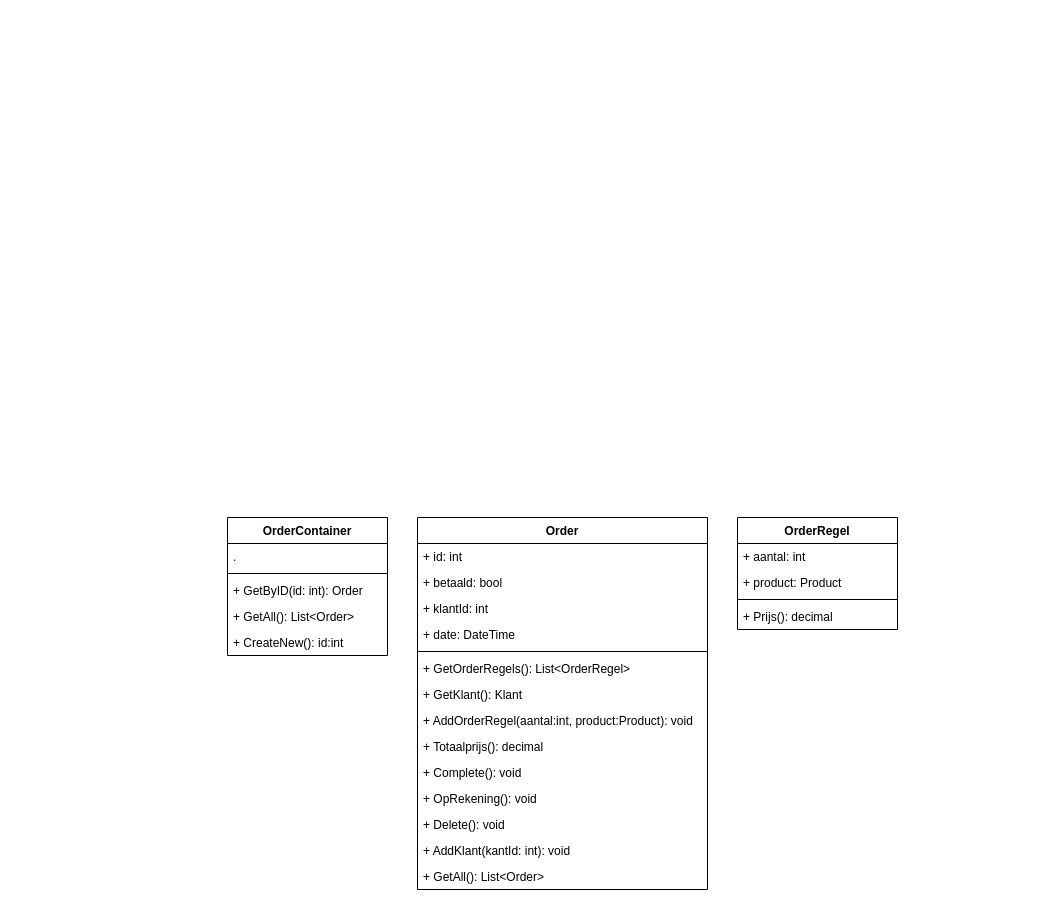
Earlier version of the draw.io diagram Skippy/Diagrams/ClassenDiagram.drawio (LuukdeKinderen/S2Software). Source tidied: cells renumbered, new cells numbered last; positions are measured from the earlier drawing's top-left corner, leaving out a move shared by most shapes. Both pictures are drawn from the tidied source at 100%, with x=0, y=0 at pixel (227, 517).
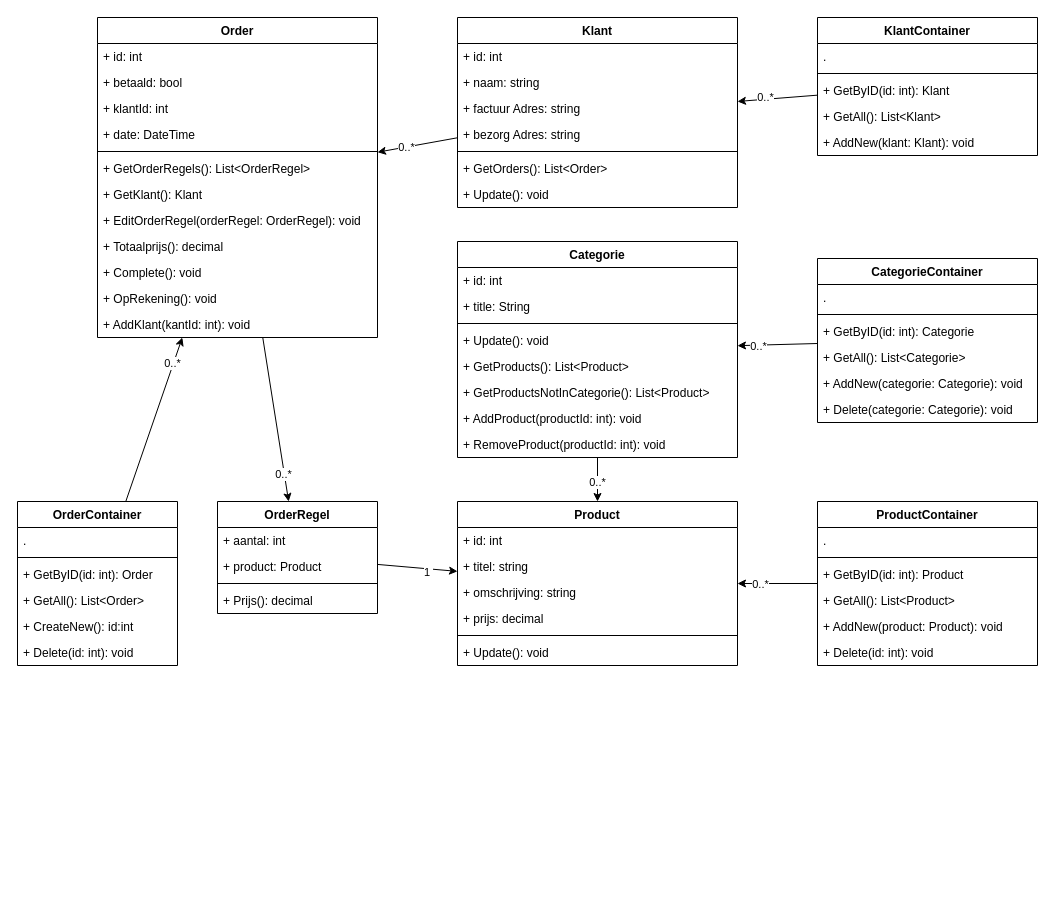
After the change.

The edit, as a diff of the source:
```diff
@@
+    <mxCell id="28" style="endArrow=classic;html=1;" parent="1" edge="1" source="44" target="2">
+      <mxGeometry relative="1" as="geometry" />
+    </mxCell>
+    <mxCell id="29" value="0..*" style="edgeLabel;html=1;align=center;verticalAlign=middle;" parent="28" vertex="1">
+      <mxGeometry x="0.27" relative="1" as="geometry" />
+    </mxCell>
+    <mxCell id="30" style="endArrow=classic;html=1;" parent="1" edge="1" source="22" target="2">
+      <mxGeometry relative="1" as="geometry" />
+    </mxCell>
+    <mxCell id="31" value="0..*" style="edgeLabel;html=1;align=center;verticalAlign=middle;" parent="30" vertex="1">
+      <mxGeometry x="0.68" y="1" relative="1" as="geometry" />
+    </mxCell>
+    <mxCell id="32" style="endArrow=classic;html=1;" parent="1" edge="1" source="2" target="17">
+      <mxGeometry relative="1" as="geometry" />
+    </mxCell>
+    <mxCell id="33" value="0..*" style="edgeLabel;html=1;align=center;verticalAlign=middle;" parent="32" vertex="1">
+      <mxGeometry x="0.66" y="-1" relative="1" as="geometry" />
+    </mxCell>
+    <mxCell id="34" style="endArrow=classic;html=1;" parent="1" edge="1" source="82" target="44">
+      <mxGeometry relative="1" as="geometry" />
+    </mxCell>
+    <mxCell id="35" value="0..*" style="edgeLabel;html=1;align=center;verticalAlign=middle;" parent="34" vertex="1">
+      <mxGeometry x="0.31" y="-2" relative="1" as="geometry" />
+    </mxCell>
+    <mxCell id="36" style="endArrow=classic;html=1;" parent="1" edge="1" source="68" target="61">
+      <mxGeometry relative="1" as="geometry" />
+    </mxCell>
+    <mxCell id="37" value="0..*" style="edgeLabel;html=1;align=center;verticalAlign=middle;" parent="36" vertex="1">
+      <mxGeometry x="0.46" relative="1" as="geometry" />
+    </mxCell>
+    <mxCell id="38" style="endArrow=classic;html=1;" parent="1" edge="1" source="17" target="61">
+      <mxGeometry relative="1" as="geometry" />
+    </mxCell>
+    <mxCell id="39" value="1&amp;nbsp;" style="edgeLabel;html=1;align=center;verticalAlign=middle;" parent="38" vertex="1">
+      <mxGeometry x="0.26" y="-3" relative="1" as="geometry" />
+    </mxCell>
+    <mxCell id="40" style="endArrow=classic;html=1;" parent="1" edge="1" source="52" target="61">
+      <mxGeometry relative="1" as="geometry" />
+    </mxCell>
+    <mxCell id="41" value="0..*" style="edgeLabel;html=1;align=center;verticalAlign=middle;" parent="40" vertex="1">
+      <mxGeometry x="0.1" y="-1" relative="1" as="geometry" />
+    </mxCell>
+    <mxCell id="42" style="endArrow=classic;html=1;" parent="1" edge="1" source="75" target="52">
+      <mxGeometry relative="1" as="geometry" />
+    </mxCell>
+    <mxCell id="43" value="0..*" style="edgeLabel;html=1;align=center;verticalAlign=middle;" parent="42" vertex="1">
+      <mxGeometry x="0.51" y="1" relative="1" as="geometry" />
+    </mxCell>
+    <mxCell id="44" value="Klant" style="swimlane;fontStyle=1;align=center;verticalAlign=top;horizontal=1;startSize=26;" parent="1" vertex="1">
+      <mxGeometry x="230" y="-500" width="280" height="190" as="geometry" />
+    </mxCell>
+    <mxCell id="45" value="+ id: int" style="text;strokeColor=none;fillColor=none;align=left;verticalAlign=top;spacingLeft=4;spacingRight=4;overflow=hidden;" parent="44" vertex="1">
+      <mxGeometry y="26" width="280" height="26" as="geometry" />
+    </mxCell>
+    <mxCell id="46" value="+ naam: string" style="text;strokeColor=none;fillColor=none;align=left;verticalAlign=top;spacingLeft=4;spacingRight=4;overflow=hidden;" parent="44" vertex="1">
+      <mxGeometry y="52" width="280" height="26" as="geometry" />
+    </mxCell>
+    <mxCell id="47" value="+ factuur Adres: string" style="text;strokeColor=none;fillColor=none;align=left;verticalAlign=top;spacingLeft=4;spacingRight=4;overflow=hidden;" parent="44" vertex="1">
+      <mxGeometry y="78" width="280" height="26" as="geometry" />
+    </mxCell>
+    <mxCell id="48" value="+ bezorg Adres: string" style="text;strokeColor=none;fillColor=none;align=left;verticalAlign=top;spacingLeft=4;spacingRight=4;overflow=hidden;" parent="44" vertex="1">
+      <mxGeometry y="104" width="280" height="26" as="geometry" />
+    </mxCell>
+    <mxCell id="49" style="line;strokeWidth=1;fillColor=none;align=left;verticalAlign=middle;spacingTop=-1;spacingLeft=3;spacingRight=3;labelPosition=right;" parent="44" vertex="1">
+      <mxGeometry y="130" width="280" height="8" as="geometry" />
+    </mxCell>
+    <mxCell id="50" value="+ GetOrders(): List&lt;Order&gt;" style="text;strokeColor=none;fillColor=none;align=left;verticalAlign=top;spacingLeft=4;spacingRight=4;overflow=hidden;" parent="44" vertex="1">
+      <mxGeometry y="138" width="280" height="26" as="geometry" />
+    </mxCell>
+    <mxCell id="51" value="+ Update(): void" style="text;strokeColor=none;fillColor=none;align=left;verticalAlign=top;spacingLeft=4;spacingRight=4;overflow=hidden;" parent="44" vertex="1">
+      <mxGeometry y="164" width="280" height="26" as="geometry" />
+    </mxCell>
+    <mxCell id="52" value="Categorie" style="swimlane;fontStyle=1;align=center;verticalAlign=top;horizontal=1;startSize=26;" parent="1" vertex="1">
+      <mxGeometry x="230" y="-276" width="280" height="216" as="geometry" />
+    </mxCell>
+    <mxCell id="53" value="+ id: int" style="text;strokeColor=none;fillColor=none;align=left;verticalAlign=top;spacingLeft=4;spacingRight=4;overflow=hidden;" parent="52" vertex="1">
+      <mxGeometry y="26" width="280" height="26" as="geometry" />
+    </mxCell>
+    <mxCell id="54" value="+ title: String" style="text;strokeColor=none;fillColor=none;align=left;verticalAlign=top;spacingLeft=4;spacingRight=4;overflow=hidden;" parent="52" vertex="1">
+      <mxGeometry y="52" width="280" height="26" as="geometry" />
+    </mxCell>
+    <mxCell id="55" style="line;strokeWidth=1;fillColor=none;align=left;verticalAlign=middle;spacingTop=-1;spacingLeft=3;spacingRight=3;labelPosition=right;" parent="52" vertex="1">
+      <mxGeometry y="78" width="280" height="8" as="geometry" />
+    </mxCell>
+    <mxCell id="56" value="+ Update(): void" style="text;strokeColor=none;fillColor=none;align=left;verticalAlign=top;spacingLeft=4;spacingRight=4;overflow=hidden;" parent="52" vertex="1">
+      <mxGeometry y="86" width="280" height="26" as="geometry" />
+    </mxCell>
+    <mxCell id="57" value="+ GetProducts(): List&lt;Product&gt;" style="text;strokeColor=none;fillColor=none;align=left;verticalAlign=top;spacingLeft=4;spacingRight=4;overflow=hidden;" parent="52" vertex="1">
+      <mxGeometry y="112" width="280" height="26" as="geometry" />
+    </mxCell>
+    <mxCell id="58" value="+ GetProductsNotInCategorie(): List&lt;Product&gt;" style="text;strokeColor=none;fillColor=none;align=left;verticalAlign=top;spacingLeft=4;spacingRight=4;overflow=hidden;" parent="52" vertex="1">
+      <mxGeometry y="138" width="280" height="26" as="geometry" />
+    </mxCell>
+    <mxCell id="59" value="+ AddProduct(productId: int): void" style="text;strokeColor=none;fillColor=none;align=left;verticalAlign=top;spacingLeft=4;spacingRight=4;overflow=hidden;" parent="52" vertex="1">
+      <mxGeometry y="164" width="280" height="26" as="geometry" />
+    </mxCell>
+    <mxCell id="60" value="+ RemoveProduct(productId: int): void" style="text;strokeColor=none;fillColor=none;align=left;verticalAlign=top;spacingLeft=4;spacingRight=4;overflow=hidden;" parent="52" vertex="1">
+      <mxGeometry y="190" width="280" height="26" as="geometry" />
+    </mxCell>
+    <mxCell id="61" value="Product" style="swimlane;fontStyle=1;align=center;verticalAlign=top;horizontal=1;startSize=26;" parent="1" vertex="1">
+      <mxGeometry x="230" y="-16" width="280" height="164" as="geometry" />
+    </mxCell>
+    <mxCell id="62" value="+ id: int" style="text;strokeColor=none;fillColor=none;align=left;verticalAlign=top;spacingLeft=4;spacingRight=4;overflow=hidden;" parent="61" vertex="1">
+      <mxGeometry y="26" width="280" height="26" as="geometry" />
+    </mxCell>
+    <mxCell id="63" value="+ titel: string" style="text;strokeColor=none;fillColor=none;align=left;verticalAlign=top;spacingLeft=4;spacingRight=4;overflow=hidden;" parent="61" vertex="1">
+      <mxGeometry y="52" width="280" height="26" as="geometry" />
+    </mxCell>
+    <mxCell id="64" value="+ omschrijving: string" style="text;strokeColor=none;fillColor=none;align=left;verticalAlign=top;spacingLeft=4;spacingRight=4;overflow=hidden;" parent="61" vertex="1">
+      <mxGeometry y="78" width="280" height="26" as="geometry" />
+    </mxCell>
+    <mxCell id="65" value="+ prijs: decimal" style="text;strokeColor=none;fillColor=none;align=left;verticalAlign=top;spacingLeft=4;spacingRight=4;overflow=hidden;" parent="61" vertex="1">
+      <mxGeometry y="104" width="280" height="26" as="geometry" />
+    </mxCell>
+    <mxCell id="66" style="line;strokeWidth=1;fillColor=none;align=left;verticalAlign=middle;spacingTop=-1;spacingLeft=3;spacingRight=3;labelPosition=right;" parent="61" vertex="1">
+      <mxGeometry y="130" width="280" height="8" as="geometry" />
+    </mxCell>
+    <mxCell id="67" value="+ Update(): void" style="text;strokeColor=none;fillColor=none;align=left;verticalAlign=top;spacingLeft=4;spacingRight=4;overflow=hidden;" parent="61" vertex="1">
+      <mxGeometry y="138" width="280" height="26" as="geometry" />
+    </mxCell>
+    <mxCell id="68" value="ProductContainer" style="swimlane;fontStyle=1;align=center;verticalAlign=top;horizontal=1;startSize=26;" parent="1" vertex="1">
+      <mxGeometry x="590" y="-16" width="220" height="164" as="geometry" />
+    </mxCell>
+    <mxCell id="69" value="." style="text;strokeColor=none;fillColor=none;align=left;verticalAlign=top;spacingLeft=4;spacingRight=4;overflow=hidden;" parent="68" vertex="1">
+      <mxGeometry y="26" width="220" height="26" as="geometry" />
+    </mxCell>
+    <mxCell id="70" style="line;strokeWidth=1;fillColor=none;align=left;verticalAlign=middle;spacingTop=-1;spacingLeft=3;spacingRight=3;labelPosition=right;" parent="68" vertex="1">
+      <mxGeometry y="52" width="220" height="8" as="geometry" />
+    </mxCell>
+    <mxCell id="71" value="+ GetByID(id: int): Product" style="text;strokeColor=none;fillColor=none;align=left;verticalAlign=top;spacingLeft=4;spacingRight=4;overflow=hidden;" parent="68" vertex="1">
+      <mxGeometry y="60" width="220" height="26" as="geometry" />
+    </mxCell>
+    <mxCell id="72" value="+ GetAll(): List&lt;Product&gt;" style="text;strokeColor=none;fillColor=none;align=left;verticalAlign=top;spacingLeft=4;spacingRight=4;overflow=hidden;" parent="68" vertex="1">
+      <mxGeometry y="86" width="220" height="26" as="geometry" />
+    </mxCell>
+    <mxCell id="73" value="+ AddNew(product: Product): void" style="text;strokeColor=none;fillColor=none;align=left;verticalAlign=top;spacingLeft=4;spacingRight=4;overflow=hidden;" parent="68" vertex="1">
+      <mxGeometry y="112" width="220" height="26" as="geometry" />
+    </mxCell>
+    <mxCell id="74" value="+ Delete(id: int): void" style="text;strokeColor=none;fillColor=none;align=left;verticalAlign=top;spacingLeft=4;spacingRight=4;overflow=hidden;" parent="68" vertex="1">
+      <mxGeometry y="138" width="220" height="26" as="geometry" />
+    </mxCell>
+    <mxCell id="75" value="CategorieContainer" style="swimlane;fontStyle=1;align=center;verticalAlign=top;horizontal=1;startSize=26;" parent="1" vertex="1">
+      <mxGeometry x="590" y="-259" width="220" height="164" as="geometry" />
+    </mxCell>
+    <mxCell id="76" value="." style="text;strokeColor=none;fillColor=none;align=left;verticalAlign=top;spacingLeft=4;spacingRight=4;overflow=hidden;" parent="75" vertex="1">
+      <mxGeometry y="26" width="220" height="26" as="geometry" />
+    </mxCell>
+    <mxCell id="77" style="line;strokeWidth=1;fillColor=none;align=left;verticalAlign=middle;spacingTop=-1;spacingLeft=3;spacingRight=3;labelPosition=right;" parent="75" vertex="1">
+      <mxGeometry y="52" width="220" height="8" as="geometry" />
+    </mxCell>
+    <mxCell id="78" value="+ GetByID(id: int): Categorie" style="text;strokeColor=none;fillColor=none;align=left;verticalAlign=top;spacingLeft=4;spacingRight=4;overflow=hidden;" parent="75" vertex="1">
+      <mxGeometry y="60" width="220" height="26" as="geometry" />
+    </mxCell>
+    <mxCell id="79" value="+ GetAll(): List&lt;Categorie&gt;" style="text;strokeColor=none;fillColor=none;align=left;verticalAlign=top;spacingLeft=4;spacingRight=4;overflow=hidden;" parent="75" vertex="1">
+      <mxGeometry y="86" width="220" height="26" as="geometry" />
+    </mxCell>
+    <mxCell id="80" value="+ AddNew(categorie: Categorie): void" style="text;strokeColor=none;fillColor=none;align=left;verticalAlign=top;spacingLeft=4;spacingRight=4;overflow=hidden;" parent="75" vertex="1">
+      <mxGeometry y="112" width="220" height="26" as="geometry" />
+    </mxCell>
+    <mxCell id="81" value="+ Delete(categorie: Categorie): void" style="text;strokeColor=none;fillColor=none;align=left;verticalAlign=top;spacingLeft=4;spacingRight=4;overflow=hidden;" parent="75" vertex="1">
+      <mxGeometry y="138" width="220" height="26" as="geometry" />
+    </mxCell>
+    <mxCell id="82" value="KlantContainer" style="swimlane;fontStyle=1;align=center;verticalAlign=top;horizontal=1;startSize=26;" parent="1" vertex="1">
+      <mxGeometry x="590" y="-500" width="220" height="138" as="geometry" />
+    </mxCell>
+    <mxCell id="83" value="." style="text;strokeColor=none;fillColor=none;align=left;verticalAlign=top;spacingLeft=4;spacingRight=4;overflow=hidden;" parent="82" vertex="1">
+      <mxGeometry y="26" width="220" height="26" as="geometry" />
+    </mxCell>
+    <mxCell id="84" style="line;strokeWidth=1;fillColor=none;align=left;verticalAlign=middle;spacingTop=-1;spacingLeft=3;spacingRight=3;labelPosition=right;" parent="82" vertex="1">
+      <mxGeometry y="52" width="220" height="8" as="geometry" />
+    </mxCell>
+    <mxCell id="85" value="+ GetByID(id: int): Klant" style="text;strokeColor=none;fillColor=none;align=left;verticalAlign=top;spacingLeft=4;spacingRight=4;overflow=hidden;" parent="82" vertex="1">
+      <mxGeometry y="60" width="220" height="26" as="geometry" />
+    </mxCell>
+    <mxCell id="86" value="+ GetAll(): List&lt;Klant&gt;" style="text;strokeColor=none;fillColor=none;align=left;verticalAlign=top;spacingLeft=4;spacingRight=4;overflow=hidden;" parent="82" vertex="1">
+      <mxGeometry y="86" width="220" height="26" as="geometry" />
+    </mxCell>
+    <mxCell id="87" value="+ AddNew(klant: Klant): void" style="text;strokeColor=none;fillColor=none;align=left;verticalAlign=top;spacingLeft=4;spacingRight=4;overflow=hidden;" parent="82" vertex="1">
+      <mxGeometry y="112" width="220" height="26" as="geometry" />
+    </mxCell>
+    <mxCell id="17" value="OrderRegel" style="swimlane;fontStyle=1;align=center;verticalAlign=top;horizontal=1;startSize=26;" parent="1" vertex="1">
+      <mxGeometry x="-10" y="-16" width="160" height="112" as="geometry" />
+    </mxCell>
+    <mxCell id="18" value="+ aantal: int" style="text;strokeColor=none;fillColor=none;align=left;verticalAlign=top;spacingLeft=4;spacingRight=4;overflow=hidden;" parent="17" vertex="1">
+      <mxGeometry y="26" width="160" height="26" as="geometry" />
+    </mxCell>
+    <mxCell id="19" value="+ product: Product" style="text;strokeColor=none;fillColor=none;align=left;verticalAlign=top;spacingLeft=4;spacingRight=4;overflow=hidden;" parent="17" vertex="1">
+      <mxGeometry y="52" width="160" height="26" as="geometry" />
+    </mxCell>
+    <mxCell id="20" style="line;strokeWidth=1;fillColor=none;align=left;verticalAlign=middle;spacingTop=-1;spacingLeft=3;spacingRight=3;labelPosition=right;" parent="17" vertex="1">
+      <mxGeometry y="78" width="160" height="8" as="geometry" />
+    </mxCell>
+    <mxCell id="21" value="+ Prijs(): decimal" style="text;strokeColor=none;fillColor=none;align=left;verticalAlign=top;spacingLeft=4;spacingRight=4;overflow=hidden;" parent="17" vertex="1">
+      <mxGeometry y="86" width="160" height="26" as="geometry" />
+    </mxCell>
     <mxCell id="2" value="Order" style="swimlane;fontStyle=1;align=center;verticalAlign=top;horizontal=1;startSize=26;" parent="1" vertex="1">
-      <mxGeometry x="190" width="290" height="372" as="geometry" />
+      <mxGeometry x="-130" y="-500" width="280" height="320" as="geometry" />
     </mxCell>
     <mxCell id="3" value="+ id: int" style="text;strokeColor=none;fillColor=none;align=left;verticalAlign=top;spacingLeft=4;spacingRight=4;overflow=hidden;" parent="2" vertex="1">
-      <mxGeometry y="26" width="290" height="26" as="geometry" />
+      <mxGeometry y="26" width="280" height="26" as="geometry" />
     </mxCell>
     <mxCell id="4" value="+ betaald: bool" style="text;strokeColor=none;fillColor=none;align=left;verticalAlign=top;spacingLeft=4;spacingRight=4;overflow=hidden;" parent="2" vertex="1">
-      <mxGeometry y="52" width="290" height="26" as="geometry" />
+      <mxGeometry y="52" width="280" height="26" as="geometry" />
     </mxCell>
     <mxCell id="5" value="+ klantId: int" style="text;strokeColor=none;fillColor=none;align=left;verticalAlign=top;spacingLeft=4;spacingRight=4;overflow=hidden;" parent="2" vertex="1">
-      <mxGeometry y="78" width="290" height="26" as="geometry" />
+      <mxGeometry y="78" width="280" height="26" as="geometry" />
     </mxCell>
     <mxCell id="6" value="+ date: DateTime" style="text;strokeColor=none;fillColor=none;align=left;verticalAlign=top;spacingLeft=4;spacingRight=4;overflow=hidden;" parent="2" vertex="1">
-      <mxGeometry y="104" width="290" height="26" as="geometry" />
+      <mxGeometry y="104" width="280" height="26" as="geometry" />
     </mxCell>
     <mxCell id="7" style="line;strokeWidth=1;fillColor=none;align=left;verticalAlign=middle;spacingTop=-1;spacingLeft=3;spacingRight=3;labelPosition=right;" parent="2" vertex="1">
-      <mxGeometry y="130" width="290" height="8" as="geometry" />
+      <mxGeometry y="130" width="280" height="8" as="geometry" />
     </mxCell>
     <mxCell id="8" value="+ GetOrderRegels(): List&lt;OrderRegel&gt;" style="text;strokeColor=none;fillColor=none;align=left;verticalAlign=top;spacingLeft=4;spacingRight=4;overflow=hidden;" parent="2" vertex="1">
-      <mxGeometry y="138" width="290" height="26" as="geometry" />
+      <mxGeometry y="138" width="280" height="26" as="geometry" />
     </mxCell>
     <mxCell id="9" value="+ GetKlant(): Klant" style="text;strokeColor=none;fillColor=none;align=left;verticalAlign=top;spacingLeft=4;spacingRight=4;overflow=hidden;" parent="2" vertex="1">
-      <mxGeometry y="164" width="290" height="26" as="geometry" />
+      <mxGeometry y="164" width="280" height="26" as="geometry" />
     </mxCell>
-    <mxCell id="10" value="+ AddOrderRegel(aantal:int, product:Product): void" style="text;strokeColor=none;fillColor=none;align=left;verticalAlign=top;spacingLeft=4;spacingRight=4;overflow=hidden;" parent="2" vertex="1">
-      <mxGeometry y="190" width="290" height="26" as="geometry" />
+    <mxCell id="10" value="+ EditOrderRegel(orderRegel: OrderRegel): void" style="text;strokeColor=none;fillColor=none;align=left;verticalAlign=top;spacingLeft=4;spacingRight=4;overflow=hidden;" parent="2" vertex="1">
+      <mxGeometry y="190" width="280" height="26" as="geometry" />
     </mxCell>
     <mxCell id="11" value="+ Totaalprijs(): decimal" style="text;strokeColor=none;fillColor=none;align=left;verticalAlign=top;spacingLeft=4;spacingRight=4;overflow=hidden;" parent="2" vertex="1">
-      <mxGeometry y="216" width="290" height="26" as="geometry" />
+      <mxGeometry y="216" width="280" height="26" as="geometry" />
     </mxCell>
     <mxCell id="12" value="+ Complete(): void" style="text;strokeColor=none;fillColor=none;align=left;verticalAlign=top;spacingLeft=4;spacingRight=4;overflow=hidden;" parent="2" vertex="1">
-      <mxGeometry y="242" width="290" height="26" as="geometry" />
+      <mxGeometry y="242" width="280" height="26" as="geometry" />
     </mxCell>
     <mxCell id="13" value="+ OpRekening(): void" style="text;strokeColor=none;fillColor=none;align=left;verticalAlign=top;spacingLeft=4;spacingRight=4;overflow=hidden;" parent="2" vertex="1">
-      <mxGeometry y="268" width="290" height="26" as="geometry" />
+      <mxGeometry y="268" width="280" height="26" as="geometry" />
     </mxCell>
-    <mxCell id="14" value="+ Delete(): void" style="text;strokeColor=none;fillColor=none;align=left;verticalAlign=top;spacingLeft=4;spacingRight=4;overflow=hidden;" parent="2" vertex="1">
-      <mxGeometry y="294" width="290" height="26" as="geometry" />
-    </mxCell>
     <mxCell id="15" value="+ AddKlant(kantId: int): void" style="text;strokeColor=none;fillColor=none;align=left;verticalAlign=top;spacingLeft=4;spacingRight=4;overflow=hidden;" parent="2" vertex="1">
-      <mxGeometry y="320" width="290" height="26" as="geometry" />
+      <mxGeometry y="294" width="280" height="26" as="geometry" />
     </mxCell>
-    <mxCell id="16" value="+ GetAll(): List&lt;Order&gt;" style="text;strokeColor=none;fillColor=none;align=left;verticalAlign=top;spacingLeft=4;spacingRight=4;overflow=hidden;" parent="2" vertex="1">
-      <mxGeometry y="346" width="290" height="26" as="geometry" />
-    </mxCell>
-    <mxCell id="17" value="OrderRegel" style="swimlane;fontStyle=1;align=center;verticalAlign=top;horizontal=1;startSize=26;" parent="1" vertex="1">
-      <mxGeometry x="510" width="160" height="112" as="geometry" />
-    </mxCell>
-    <mxCell id="18" value="+ aantal: int" style="text;strokeColor=none;fillColor=none;align=left;verticalAlign=top;spacingLeft=4;spacingRight=4;overflow=hidden;" parent="17" vertex="1">
-      <mxGeometry y="26" width="160" height="26" as="geometry" />
-    </mxCell>
-    <mxCell id="19" value="+ product: Product" style="text;strokeColor=none;fillColor=none;align=left;verticalAlign=top;spacingLeft=4;spacingRight=4;overflow=hidden;" parent="17" vertex="1">
-      <mxGeometry y="52" width="160" height="26" as="geometry" />
-    </mxCell>
-    <mxCell id="20" style="line;strokeWidth=1;fillColor=none;align=left;verticalAlign=middle;spacingTop=-1;spacingLeft=3;spacingRight=3;labelPosition=right;" parent="17" vertex="1">
-      <mxGeometry y="78" width="160" height="8" as="geometry" />
-    </mxCell>
-    <mxCell id="21" value="+ Prijs(): decimal" style="text;strokeColor=none;fillColor=none;align=left;verticalAlign=top;spacingLeft=4;spacingRight=4;overflow=hidden;" parent="17" vertex="1">
-      <mxGeometry y="86" width="160" height="26" as="geometry" />
-    </mxCell>
     <mxCell id="22" value="OrderContainer" style="swimlane;fontStyle=1;align=center;verticalAlign=top;horizontal=1;startSize=26;" parent="1" vertex="1">
-      <mxGeometry width="160" height="138" as="geometry" />
+      <mxGeometry x="-210" y="-16" width="160" height="164" as="geometry" />
     </mxCell>
@@
+    <mxCell id="88" value="+ Delete(id: int): void" style="text;strokeColor=none;fillColor=none;align=left;verticalAlign=top;spacingLeft=4;spacingRight=4;overflow=hidden;" parent="22" vertex="1">
+      <mxGeometry y="138" width="160" height="26" as="geometry" />
+    </mxCell>
```
